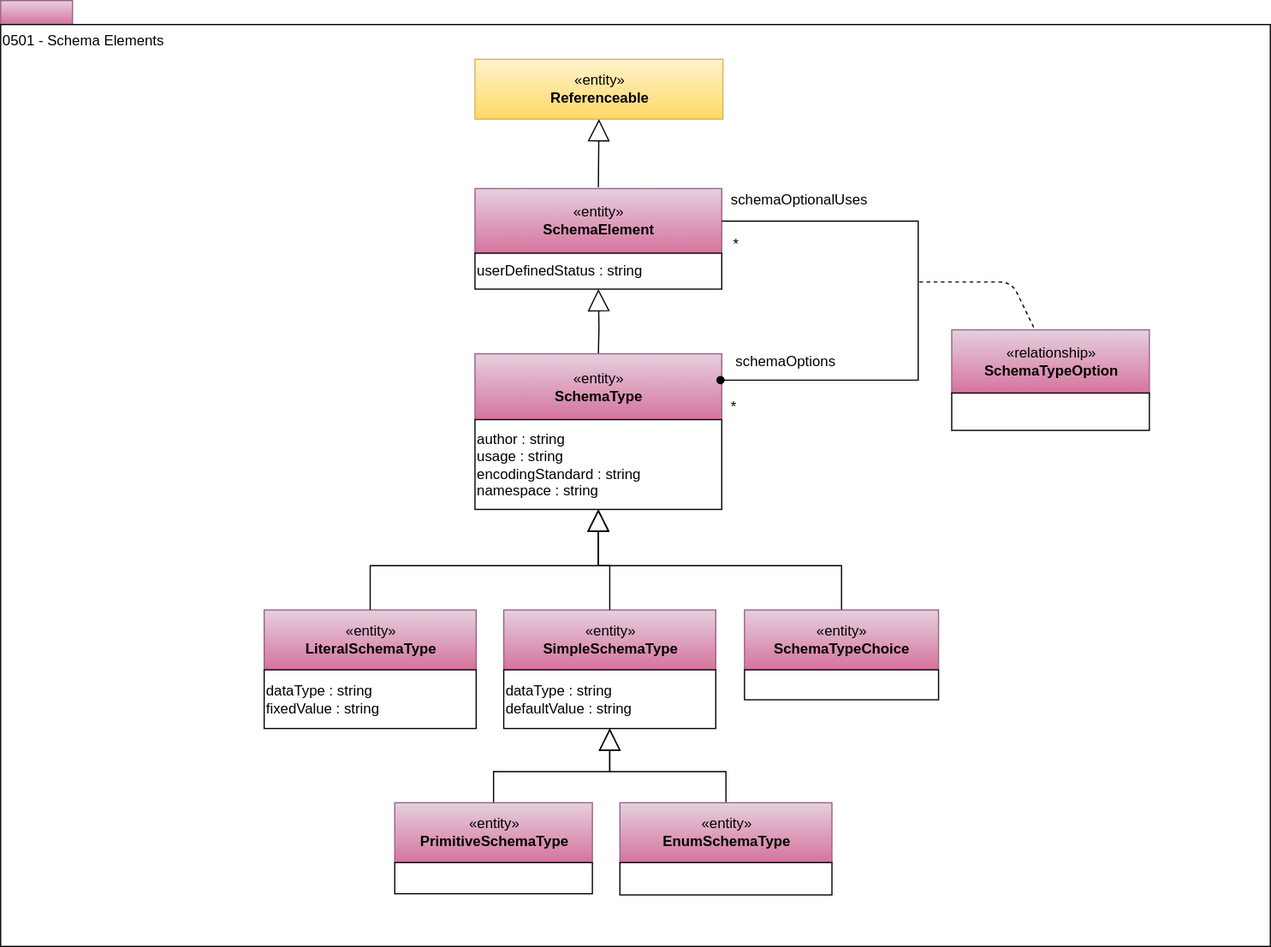
Before: site/docs/types/5/0501-Schema-Elements.svg, a diagram exported from draw.io (odpi/egeria-docs). Source tidied: cells renumbered, new cells last; positions are measured from the earlier drawing's top-left corner, leaving out a move shared by most shapes.
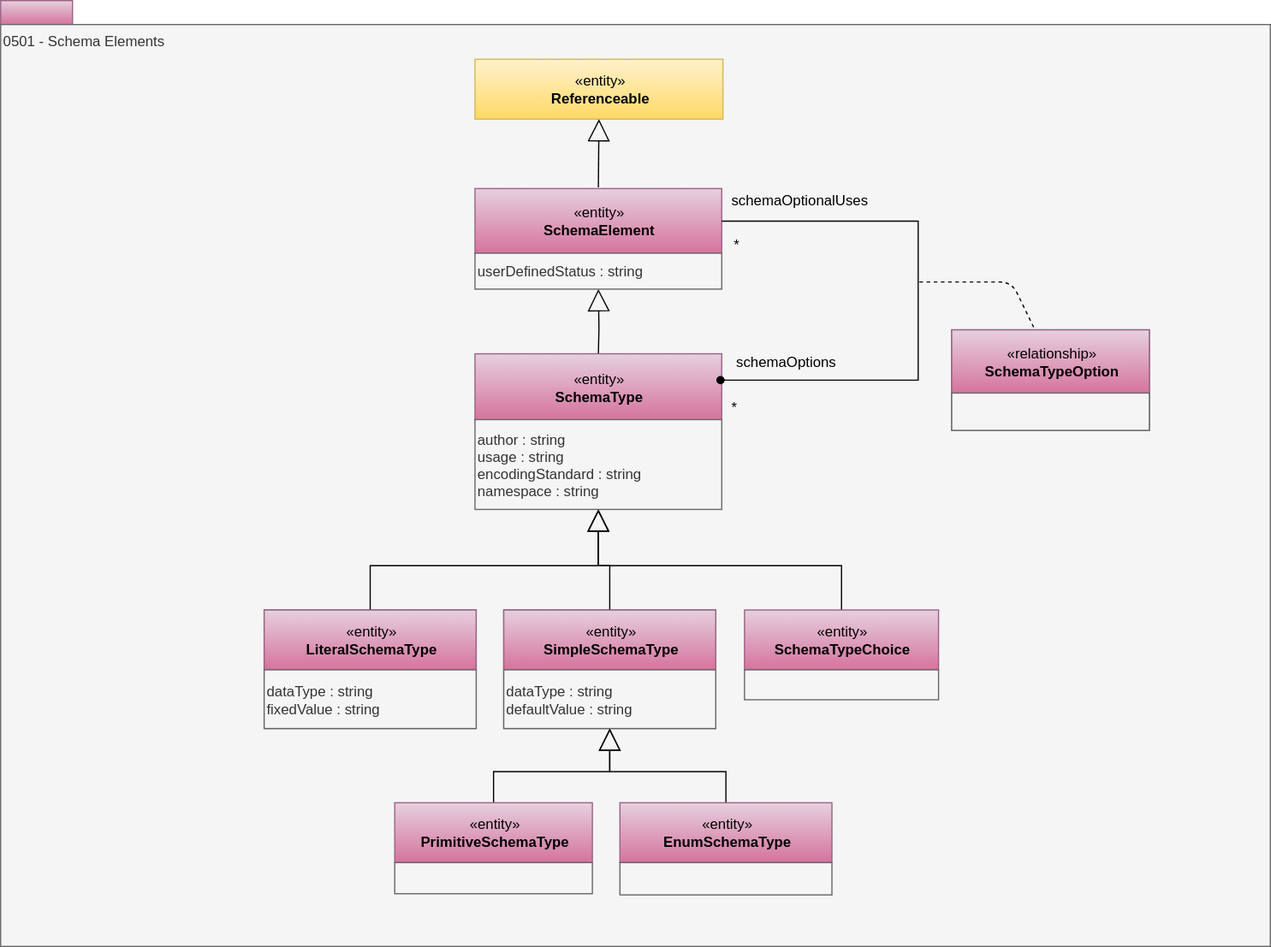
After the commit.

What changed in the source:
```diff
@@ -5,7 +5,7 @@
     <mxCell id="2" style="rounded=0;whiteSpace=wrap;html=1;align=left;fillColor=#e6d0de;strokeColor=#996185;gradientColor=#d5739d;" parent="1" vertex="1">
       <mxGeometry width="60" height="20" as="geometry" />
     </mxCell>
-    <mxCell id="3" value="0501 - Schema Elements" style="rounded=0;whiteSpace=wrap;html=1;align=left;verticalAlign=top;" parent="1" vertex="1">
+    <mxCell id="3" value="0501 - Schema Elements" style="rounded=0;whiteSpace=wrap;html=1;align=left;verticalAlign=top;fillColor=#f5f5f5;fontColor=#333333;strokeColor=#666666;" parent="1" vertex="1">
       <mxGeometry y="20" width="1060" height="770" as="geometry" />
     </mxCell>
     <mxCell id="4" value="«entity»&lt;br&gt;&lt;b&gt;Referenceable&lt;/b&gt;" style="html=1;strokeColor=#d6b656;align=center;fillColor=#fff2cc;gradientColor=#ffd966;" parent="1" vertex="1">
@@ -16,12 +16,12 @@
         <mxPoint x="499" y="156" as="sourcePoint" />
       </mxGeometry>
     </mxCell>
-    <mxCell id="6" style="edgeStyle=orthogonalEdgeStyle;rounded=0;jettySize=auto;html=1;startSize=6;endArrow=block;endFill=0;endSize=16;entryX=0.5;entryY=1;entryDx=0;entryDy=0;" parent="1" edge="1" target="29">
+    <mxCell id="6" style="edgeStyle=orthogonalEdgeStyle;rounded=0;jettySize=auto;html=1;startSize=6;endArrow=block;endFill=0;endSize=16;entryX=0.5;entryY=1;entryDx=0;entryDy=0;" parent="1" edge="1" target="25">
       <mxGeometry relative="1" as="geometry">
         <mxPoint x="499" y="296" as="sourcePoint" />
       </mxGeometry>
     </mxCell>
-    <mxCell id="7" style="edgeStyle=orthogonalEdgeStyle;rounded=0;jettySize=auto;html=1;exitX=0.5;exitY=0;exitDx=0;exitDy=0;startSize=6;endArrow=block;endFill=0;endSize=16;entryX=0.5;entryY=1;entryDx=0;entryDy=0;" parent="1" edge="1" source="31" target="27">
+    <mxCell id="7" style="edgeStyle=orthogonalEdgeStyle;rounded=0;jettySize=auto;html=1;exitX=0.5;exitY=0;exitDx=0;exitDy=0;startSize=6;endArrow=block;endFill=0;endSize=16;entryX=0.5;entryY=1;entryDx=0;entryDy=0;" parent="1" edge="1" source="27" target="23">
       <mxGeometry relative="1" as="geometry" />
     </mxCell>
     <mxCell id="8" value="schemaOptions" style="text;html=1;align=left;verticalAlign=top;spacingTop=-4;" parent="1" vertex="1">
@@ -44,82 +44,82 @@
         </Array>
       </mxGeometry>
     </mxCell>
-    <mxCell id="13" style="group;" parent="1" vertex="1">
+    <mxCell id="13" style="group;fillColor=#f5f5f5;fontColor=#333333;strokeColor=#666666;" parent="1" vertex="1">
       <mxGeometry x="794" y="275" width="165" height="84" as="geometry" />
     </mxCell>
     <mxCell id="14" value="«relationship»&lt;br&gt;&lt;b&gt;SchemaTypeOption&lt;/b&gt;" style="html=1;strokeColor=#996185;align=center;fillColor=#e6d0de;gradientColor=#d5739d;" parent="13" vertex="1">
       <mxGeometry width="165" height="53.3" as="geometry" />
     </mxCell>
-    <mxCell id="15" style="rounded=0;whiteSpace=wrap;html=1;strokeColor=#000000;align=left;fillColor=#ffffff;" parent="13" vertex="1">
+    <mxCell id="15" style="rounded=0;whiteSpace=wrap;html=1;strokeColor=#666666;align=left;fillColor=#f5f5f5;fontColor=#333333;" parent="13" vertex="1">
       <mxGeometry y="52.8" width="165" height="31.2" as="geometry" />
     </mxCell>
-    <mxCell id="16" style="group;" parent="1" vertex="1">
+    <mxCell id="16" style="group;fillColor=#f5f5f5;fontColor=#333333;strokeColor=#666666;" parent="1" vertex="1">
       <mxGeometry x="420" y="509" width="177" height="99" as="geometry" />
     </mxCell>
-    <mxCell id="17" value="«entity»&lt;br&gt;&lt;b&gt;SimpleSchemaType&lt;/b&gt;" style="html=1;strokeColor=#996185;align=center;fillColor=#e6d0de;gradientColor=#d5739d;" parent="16" vertex="1">
-      <mxGeometry width="177" height="50" as="geometry" />
+    <mxCell id="17" style="edgeStyle=orthogonalEdgeStyle;rounded=0;jettySize=auto;html=1;exitX=0.5;exitY=0;exitDx=0;exitDy=0;startSize=6;endArrow=block;endFill=0;endSize=16;entryX=0.5;entryY=1;entryDx=0;entryDy=0;" parent="1" edge="1" source="35" target="23">
+      <mxGeometry relative="1" as="geometry" />
     </mxCell>
-    <mxCell id="18" value="dataType : string&lt;br&gt;defaultValue : string&lt;br&gt;&lt;div style=&quot;text-align: left&quot;&gt;&lt;/div&gt;" style="rounded=0;whiteSpace=wrap;html=1;strokeColor=#000000;gradientColor=#ffffff;align=left;" parent="16" vertex="1">
-      <mxGeometry y="50" width="177" height="49" as="geometry" />
+    <mxCell id="18" style="group;fillColor=#f5f5f5;fontColor=#333333;strokeColor=#666666;" parent="1" vertex="1">
+      <mxGeometry x="220" y="509" width="177" height="99" as="geometry" />
     </mxCell>
-    <mxCell id="19" style="edgeStyle=orthogonalEdgeStyle;rounded=0;jettySize=auto;html=1;exitX=0.5;exitY=0;exitDx=0;exitDy=0;startSize=6;endArrow=block;endFill=0;endSize=16;entryX=0.5;entryY=1;entryDx=0;entryDy=0;" parent="1" edge="1" source="17" target="27">
+    <mxCell id="19" style="edgeStyle=orthogonalEdgeStyle;rounded=0;jettySize=auto;html=1;exitX=0.5;exitY=0;exitDx=0;exitDy=0;startSize=6;endArrow=block;endFill=0;endSize=16;" parent="1" edge="1" source="33" target="23">
       <mxGeometry relative="1" as="geometry" />
     </mxCell>
-    <mxCell id="20" style="group;" parent="1" vertex="1">
-      <mxGeometry x="220" y="509" width="177" height="99" as="geometry" />
+    <mxCell id="20" style="edgeStyle=orthogonalEdgeStyle;rounded=0;jettySize=auto;html=1;exitX=0.5;exitY=0;exitDx=0;exitDy=0;startSize=6;endArrow=block;endFill=0;endSize=16;" parent="1" edge="1" source="31" target="36">
+      <mxGeometry relative="1" as="geometry" />
     </mxCell>
-    <mxCell id="21" value="«entity»&lt;br&gt;&lt;b&gt;LiteralSchemaType&lt;/b&gt;" style="html=1;strokeColor=#996185;align=center;fillColor=#e6d0de;gradientColor=#d5739d;" parent="20" vertex="1">
-      <mxGeometry width="177" height="50" as="geometry" />
+    <mxCell id="21" style="edgeStyle=orthogonalEdgeStyle;rounded=0;jettySize=auto;html=1;exitX=0.5;exitY=0;exitDx=0;exitDy=0;startSize=6;endArrow=block;endFill=0;endSize=16;entryX=0.5;entryY=1;entryDx=0;entryDy=0;" parent="1" edge="1" source="29" target="36">
+      <mxGeometry relative="1" as="geometry" />
     </mxCell>
-    <mxCell id="22" value="dataType : string&lt;br&gt;fixedValue : string&lt;br&gt;&lt;div style=&quot;text-align: left&quot;&gt;&lt;/div&gt;" style="rounded=0;whiteSpace=wrap;html=1;strokeColor=#000000;gradientColor=#ffffff;align=left;" parent="20" vertex="1">
-      <mxGeometry y="50" width="177" height="49" as="geometry" />
+    <mxCell id="22" value="«entity»&lt;br&gt;&lt;b&gt;SchemaType&lt;/b&gt;" style="html=1;strokeColor=#996185;align=center;fillColor=#e6d0de;gradientColor=#d5739d;" parent="1" vertex="1">
+      <mxGeometry x="396" y="295" width="206" height="55.4" as="geometry" />
     </mxCell>
-    <mxCell id="23" style="edgeStyle=orthogonalEdgeStyle;rounded=0;jettySize=auto;html=1;exitX=0.5;exitY=0;exitDx=0;exitDy=0;startSize=6;endArrow=block;endFill=0;endSize=16;" parent="1" edge="1" source="21" target="27">
-      <mxGeometry relative="1" as="geometry" />
+    <mxCell id="23" value="author : string&lt;br&gt;usage : string&lt;br&gt;encodingStandard : string&lt;br&gt;namespace : string&lt;br&gt;&lt;div style=&quot;text-align: left&quot;&gt;&lt;/div&gt;" style="rounded=0;whiteSpace=wrap;html=1;strokeColor=#666666;align=left;fillColor=#f5f5f5;fontColor=#333333;" parent="1" vertex="1">
+      <mxGeometry x="396" y="350" width="206" height="75" as="geometry" />
     </mxCell>
-    <mxCell id="24" style="edgeStyle=orthogonalEdgeStyle;rounded=0;jettySize=auto;html=1;exitX=0.5;exitY=0;exitDx=0;exitDy=0;startSize=6;endArrow=block;endFill=0;endSize=16;" parent="1" edge="1" source="35" target="18">
-      <mxGeometry relative="1" as="geometry" />
+    <mxCell id="24" value="«entity»&lt;br&gt;&lt;b&gt;SchemaElement&lt;/b&gt;" style="html=1;strokeColor=#996185;align=center;fillColor=#e6d0de;gradientColor=#d5739d;" parent="1" vertex="1">
+      <mxGeometry x="396" y="157" width="206" height="54.3" as="geometry" />
     </mxCell>
-    <mxCell id="25" style="edgeStyle=orthogonalEdgeStyle;rounded=0;jettySize=auto;html=1;exitX=0.5;exitY=0;exitDx=0;exitDy=0;startSize=6;endArrow=block;endFill=0;endSize=16;entryX=0.5;entryY=1;entryDx=0;entryDy=0;" parent="1" edge="1" source="33" target="18">
-      <mxGeometry relative="1" as="geometry" />
+    <mxCell id="25" value="userDefinedStatus : string" style="rounded=0;whiteSpace=wrap;html=1;strokeColor=#666666;align=left;fillColor=#f5f5f5;fontColor=#333333;" parent="1" vertex="1">
+      <mxGeometry x="396" y="211" width="206" height="30" as="geometry" />
     </mxCell>
-    <mxCell id="26" value="«entity»&lt;br&gt;&lt;b&gt;SchemaType&lt;/b&gt;" style="html=1;strokeColor=#996185;align=center;fillColor=#e6d0de;gradientColor=#d5739d;" parent="1" vertex="1">
-      <mxGeometry x="396" y="295" width="206" height="55.4" as="geometry" />
+    <mxCell id="26" style="edgeStyle=orthogonalEdgeStyle;rounded=0;jettySize=auto;html=1;exitX=1;exitY=0.5;exitDx=0;exitDy=0;entryX=0.995;entryY=0.397;entryDx=0;entryDy=0;endArrow=oval;endFill=1;entryPerimeter=0;" parent="1" edge="1" source="24" target="22">
+      <mxGeometry relative="1" as="geometry">
+        <Array as="points">
+          <mxPoint x="766" y="184" />
+          <mxPoint x="766" y="317" />
+        </Array>
+      </mxGeometry>
     </mxCell>
-    <mxCell id="27" value="author : string&lt;br&gt;usage : string&lt;br&gt;encodingStandard : string&lt;br&gt;namespace : string&lt;br&gt;&lt;div style=&quot;text-align: left&quot;&gt;&lt;/div&gt;" style="rounded=0;whiteSpace=wrap;html=1;strokeColor=#000000;gradientColor=#ffffff;align=left;" parent="1" vertex="1">
-      <mxGeometry x="396" y="350" width="206" height="75" as="geometry" />
+    <mxCell id="27" value="«entity»&lt;br&gt;&lt;b&gt;SchemaTypeChoice&lt;/b&gt;" style="html=1;strokeColor=#996185;align=center;fillColor=#e6d0de;gradientColor=#d5739d;" parent="1" vertex="1">
+      <mxGeometry x="621" y="509" width="162" height="50" as="geometry" />
     </mxCell>
-    <mxCell id="28" value="«entity»&lt;br&gt;&lt;b&gt;SchemaElement&lt;/b&gt;" style="html=1;strokeColor=#996185;align=center;fillColor=#e6d0de;gradientColor=#d5739d;" parent="1" vertex="1">
-      <mxGeometry x="396" y="157" width="206" height="54.3" as="geometry" />
+    <mxCell id="28" value="&lt;br&gt;&lt;div style=&quot;text-align: left&quot;&gt;&lt;/div&gt;" style="rounded=0;whiteSpace=wrap;html=1;strokeColor=#666666;align=left;fillColor=#f5f5f5;fontColor=#333333;" parent="1" vertex="1">
+      <mxGeometry x="621" y="559" width="162" height="25" as="geometry" />
     </mxCell>
-    <mxCell id="29" value="userDefinedStatus : string" style="rounded=0;whiteSpace=wrap;html=1;strokeColor=#000000;gradientColor=#ffffff;align=left;" parent="1" vertex="1">
-      <mxGeometry x="396" y="211" width="206" height="30" as="geometry" />
+    <mxCell id="29" value="«entity»&lt;br&gt;&lt;b&gt;EnumSchemaType&lt;/b&gt;" style="html=1;strokeColor=#996185;align=center;fillColor=#e6d0de;gradientColor=#d5739d;" parent="1" vertex="1">
+      <mxGeometry x="517" y="670" width="177" height="50" as="geometry" />
     </mxCell>
-    <mxCell id="30" style="edgeStyle=orthogonalEdgeStyle;rounded=0;jettySize=auto;html=1;exitX=1;exitY=0.5;exitDx=0;exitDy=0;entryX=0.995;entryY=0.397;entryDx=0;entryDy=0;endArrow=oval;endFill=1;entryPerimeter=0;" parent="1" edge="1" source="28" target="26">
-      <mxGeometry relative="1" as="geometry">
-        <Array as="points">
-          <mxPoint x="766" y="184" />
-          <mxPoint x="766" y="317" />
-        </Array>
-      </mxGeometry>
+    <mxCell id="30" value="&lt;br&gt;&lt;div style=&quot;text-align: left&quot;&gt;&lt;/div&gt;" style="rounded=0;whiteSpace=wrap;html=1;strokeColor=#666666;align=left;fillColor=#f5f5f5;fontColor=#333333;" parent="1" vertex="1">
+      <mxGeometry x="517" y="720" width="177" height="27" as="geometry" />
     </mxCell>
-    <mxCell id="31" value="«entity»&lt;br&gt;&lt;b&gt;SchemaTypeChoice&lt;/b&gt;" style="html=1;strokeColor=#996185;align=center;fillColor=#e6d0de;gradientColor=#d5739d;" parent="1" vertex="1">
-      <mxGeometry x="621" y="509" width="162" height="50" as="geometry" />
+    <mxCell id="31" value="«entity»&lt;br&gt;&lt;b&gt;PrimitiveSchemaType&lt;/b&gt;" style="html=1;strokeColor=#996185;align=center;fillColor=#e6d0de;gradientColor=#d5739d;" parent="1" vertex="1">
+      <mxGeometry x="329" y="670" width="165" height="50" as="geometry" />
     </mxCell>
-    <mxCell id="32" value="&lt;br&gt;&lt;div style=&quot;text-align: left&quot;&gt;&lt;/div&gt;" style="rounded=0;whiteSpace=wrap;html=1;strokeColor=#000000;gradientColor=#ffffff;align=left;" parent="1" vertex="1">
-      <mxGeometry x="621" y="559" width="162" height="25" as="geometry" />
+    <mxCell id="32" value="&lt;br&gt;&lt;div style=&quot;text-align: left&quot;&gt;&lt;/div&gt;" style="rounded=0;whiteSpace=wrap;html=1;strokeColor=#666666;align=left;fillColor=#f5f5f5;fontColor=#333333;" parent="1" vertex="1">
+      <mxGeometry x="329" y="720" width="165" height="26" as="geometry" />
     </mxCell>
-    <mxCell id="33" value="«entity»&lt;br&gt;&lt;b&gt;EnumSchemaType&lt;/b&gt;" style="html=1;strokeColor=#996185;align=center;fillColor=#e6d0de;gradientColor=#d5739d;" parent="1" vertex="1">
-      <mxGeometry x="517" y="670" width="177" height="50" as="geometry" />
+    <mxCell id="33" value="«entity»&lt;br&gt;&lt;b&gt;LiteralSchemaType&lt;/b&gt;" style="html=1;strokeColor=#996185;align=center;fillColor=#e6d0de;gradientColor=#d5739d;" parent="1" vertex="1">
+      <mxGeometry x="220" y="509" width="177" height="50" as="geometry" />
     </mxCell>
-    <mxCell id="34" value="&lt;br&gt;&lt;div style=&quot;text-align: left&quot;&gt;&lt;/div&gt;" style="rounded=0;whiteSpace=wrap;html=1;strokeColor=#000000;gradientColor=#ffffff;align=left;" parent="1" vertex="1">
-      <mxGeometry x="517" y="720" width="177" height="27" as="geometry" />
+    <mxCell id="34" value="dataType : string&lt;br&gt;fixedValue : string&lt;br&gt;&lt;div style=&quot;text-align: left&quot;&gt;&lt;/div&gt;" style="rounded=0;whiteSpace=wrap;html=1;strokeColor=#666666;align=left;fillColor=#f5f5f5;fontColor=#333333;" parent="1" vertex="1">
+      <mxGeometry x="220" y="559" width="177" height="49" as="geometry" />
     </mxCell>
-    <mxCell id="35" value="«entity»&lt;br&gt;&lt;b&gt;PrimitiveSchemaType&lt;/b&gt;" style="html=1;strokeColor=#996185;align=center;fillColor=#e6d0de;gradientColor=#d5739d;" parent="1" vertex="1">
-      <mxGeometry x="329" y="670" width="165" height="50" as="geometry" />
+    <mxCell id="35" value="«entity»&lt;br&gt;&lt;b&gt;SimpleSchemaType&lt;/b&gt;" style="html=1;strokeColor=#996185;align=center;fillColor=#e6d0de;gradientColor=#d5739d;" parent="1" vertex="1">
+      <mxGeometry x="420" y="509" width="177" height="50" as="geometry" />
     </mxCell>
-    <mxCell id="36" value="&lt;br&gt;&lt;div style=&quot;text-align: left&quot;&gt;&lt;/div&gt;" style="rounded=0;whiteSpace=wrap;html=1;strokeColor=#000000;gradientColor=#ffffff;align=left;" parent="1" vertex="1">
-      <mxGeometry x="329" y="720" width="165" height="26" as="geometry" />
+    <mxCell id="36" value="dataType : string&lt;br&gt;defaultValue : string&lt;br&gt;&lt;div style=&quot;text-align: left&quot;&gt;&lt;/div&gt;" style="rounded=0;whiteSpace=wrap;html=1;strokeColor=#666666;align=left;fillColor=#f5f5f5;fontColor=#333333;" parent="1" vertex="1">
+      <mxGeometry x="420" y="559" width="177" height="49" as="geometry" />
     </mxCell>
   </root>
 </mxGraphModel>
```
